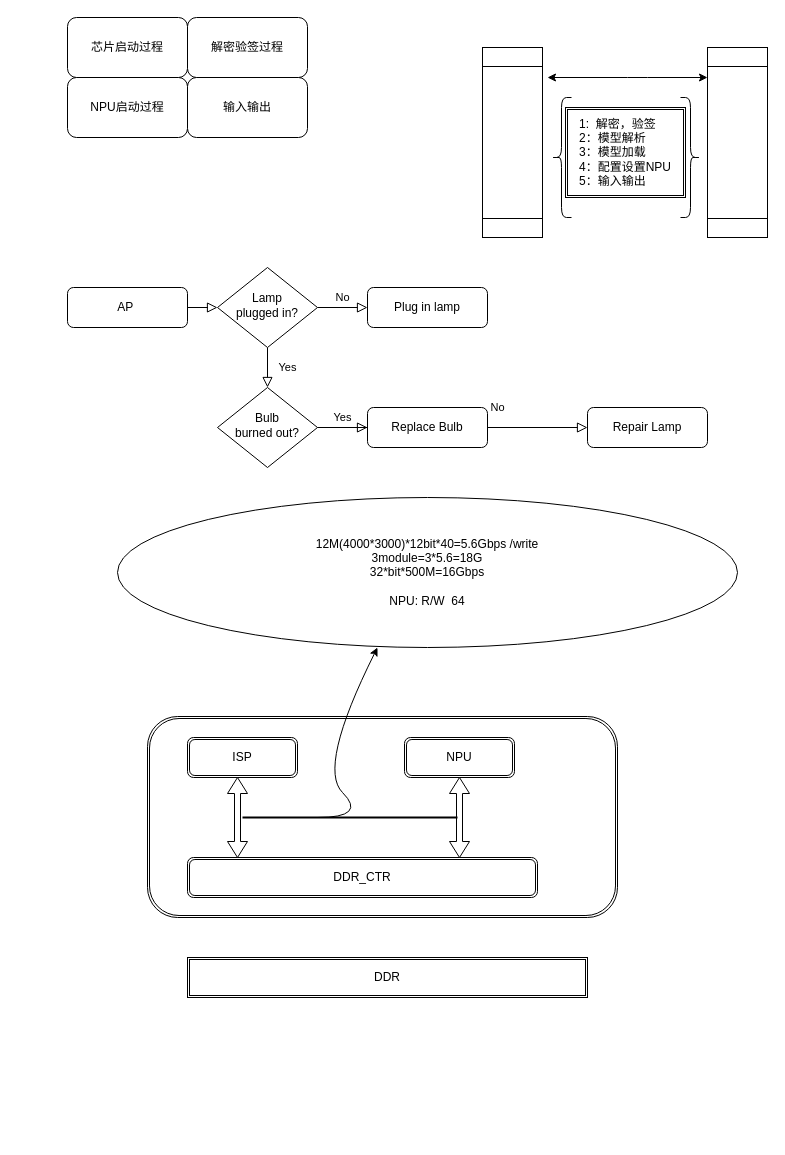
The draw.io diagram tool_graph_drawio/demo.drawio in paulluo/work_note, before the edit. Source tidied: cells renumbered, new cells numbered last; positions are measured from the earlier drawing's top-left corner, leaving out a move shared by most shapes. Both pictures are drawn from the tidied source at 100%, with x=0, y=0 at pixel (67, 17).
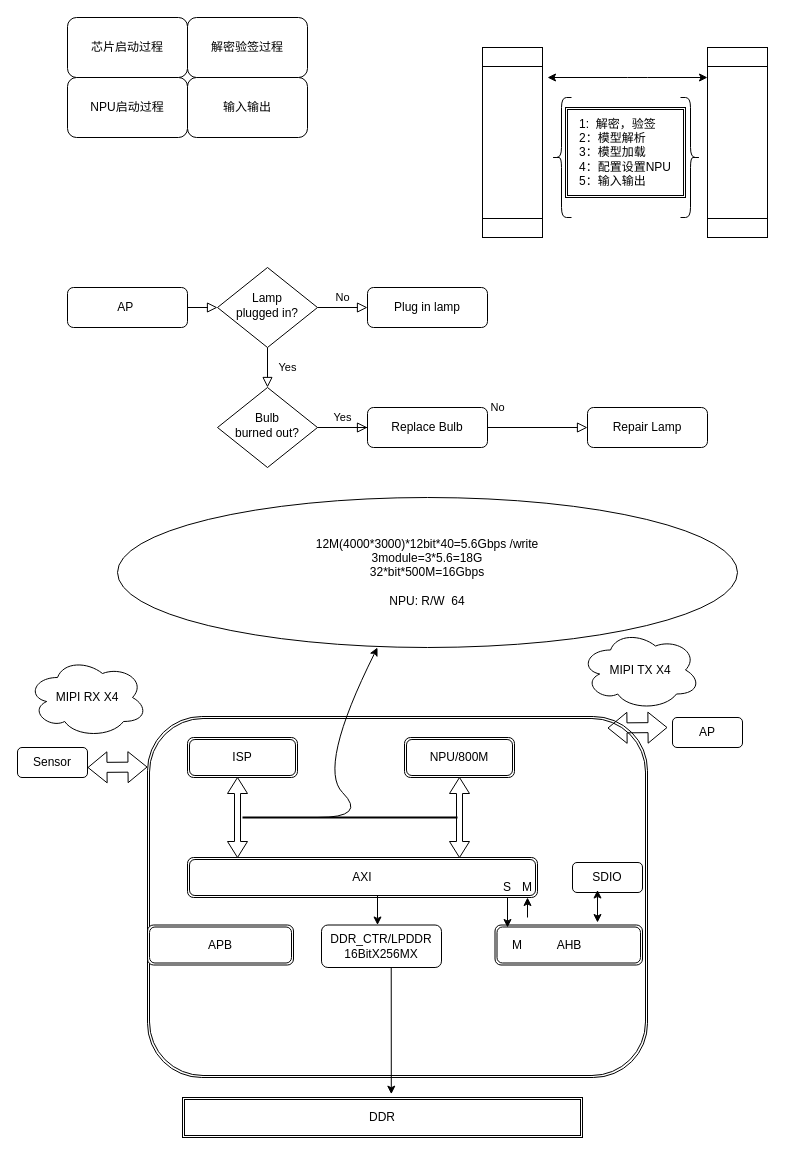
Above is the later version.

Change to the diagram source:
```diff
@@
     <mxCell id="13" style="shape=ext;double=1;rounded=1;whiteSpace=wrap;html=1;" parent="1" vertex="1">
-      <mxGeometry x="80" y="699" width="470" height="201" as="geometry" />
+      <mxGeometry x="80" y="699" width="500" height="361" as="geometry" />
     </mxCell>
@@
-    <mxCell id="15" value="NPU" style="shape=ext;double=1;rounded=1;whiteSpace=wrap;html=1;flipV=0;" parent="1" vertex="1">
+    <mxCell id="15" value="NPU/800M" style="shape=ext;double=1;rounded=1;whiteSpace=wrap;html=1;flipV=0;" parent="1" vertex="1">
       <mxGeometry x="337" y="720" width="110" height="40" as="geometry" />
     </mxCell>
-    <mxCell id="16" value="DDR_CTR" style="shape=ext;double=1;rounded=1;whiteSpace=wrap;html=1;" parent="1" vertex="1">
+    <mxCell id="16" value="AXI" style="shape=ext;double=1;rounded=1;whiteSpace=wrap;html=1;" parent="1" vertex="1">
       <mxGeometry x="120" y="840" width="350" height="40" as="geometry" />
     </mxCell>
@@
     <mxCell id="19" value="DDR" style="shape=ext;double=1;rounded=0;whiteSpace=wrap;html=1;" parent="1" vertex="1">
-      <mxGeometry x="120" y="940" width="400" height="40" as="geometry" />
+      <mxGeometry x="115" y="1080" width="400" height="40" as="geometry" />
     </mxCell>
@@
+    <mxCell id="33" value="Sensor" style="rounded=1;whiteSpace=wrap;html=1;" parent="1" vertex="1">
+      <mxGeometry x="-50" y="730" width="70" height="30" as="geometry" />
+    </mxCell>
+    <mxCell id="34" style="shape=flexArrow;endArrow=classic;startArrow=classic;html=1;" parent="1" edge="1">
+      <mxGeometry relative="1" as="geometry">
+        <mxPoint x="20" y="750" as="sourcePoint" />
+        <mxPoint x="80" y="749.5" as="targetPoint" />
+      </mxGeometry>
+    </mxCell>
+    <mxCell id="35" value="MIPI RX X4" style="ellipse;shape=cloud;whiteSpace=wrap;html=1;" parent="1" vertex="1">
+      <mxGeometry x="-40" y="640" width="120" height="80" as="geometry" />
+    </mxCell>
+    <mxCell id="36" value="AP" style="rounded=1;whiteSpace=wrap;html=1;" parent="1" vertex="1">
+      <mxGeometry x="605" y="700" width="70" height="30" as="geometry" />
+    </mxCell>
+    <mxCell id="37" style="shape=flexArrow;endArrow=classic;startArrow=classic;html=1;" parent="1" edge="1">
+      <mxGeometry relative="1" as="geometry">
+        <mxPoint x="540" y="710.5" as="sourcePoint" />
+        <mxPoint x="600" y="710" as="targetPoint" />
+      </mxGeometry>
+    </mxCell>
+    <mxCell id="38" value="MIPI TX X4" style="ellipse;shape=cloud;whiteSpace=wrap;html=1;" parent="1" vertex="1">
+      <mxGeometry x="513" y="612.5" width="120" height="80" as="geometry" />
+    </mxCell>
+    <mxCell id="39" value="AHB" style="shape=ext;double=1;rounded=1;whiteSpace=wrap;html=1;" parent="1" vertex="1">
+      <mxGeometry x="427.5" y="907.5" width="147.5" height="40" as="geometry" />
+    </mxCell>
+    <mxCell id="40" value="APB" style="shape=ext;double=1;rounded=1;whiteSpace=wrap;html=1;" parent="1" vertex="1">
+      <mxGeometry x="80" y="907.5" width="146" height="40" as="geometry" />
+    </mxCell>
+    <mxCell id="41" value="SDIO" style="rounded=1;whiteSpace=wrap;html=1;" parent="1" vertex="1">
+      <mxGeometry x="505" y="845" width="70" height="30" as="geometry" />
+    </mxCell>
+    <mxCell id="42" style="endArrow=classic;startArrow=classic;html=1;" parent="1" edge="1">
+      <mxGeometry relative="1" as="geometry">
+        <mxPoint x="530" y="905" as="sourcePoint" />
+        <mxPoint x="530" y="872.5" as="targetPoint" />
+      </mxGeometry>
+    </mxCell>
+    <mxCell id="43" style="endArrow=classic;html=1;" parent="1" edge="1">
+      <mxGeometry relative="1" as="geometry">
+        <mxPoint x="460" y="900" as="sourcePoint" />
+        <mxPoint x="460" y="880" as="targetPoint" />
+      </mxGeometry>
+    </mxCell>
+    <mxCell id="44" style="endArrow=classic;html=1;" parent="1" edge="1">
+      <mxGeometry relative="1" as="geometry">
+        <mxPoint x="440" y="880" as="sourcePoint" />
+        <mxPoint x="440" y="910" as="targetPoint" />
+      </mxGeometry>
+    </mxCell>
+    <mxCell id="45" value="S" style="text;html=1;strokeColor=none;fillColor=none;align=center;verticalAlign=middle;whiteSpace=wrap;rounded=1;" parent="1" vertex="1">
+      <mxGeometry x="420" y="860" width="40" height="20" as="geometry" />
+    </mxCell>
+    <mxCell id="46" value="M" style="text;html=1;strokeColor=none;fillColor=none;align=center;verticalAlign=middle;whiteSpace=wrap;rounded=1;" parent="1" vertex="1">
+      <mxGeometry x="440" y="860" width="40" height="20" as="geometry" />
+    </mxCell>
+    <mxCell id="47" value="M" style="text;html=1;strokeColor=none;fillColor=none;align=center;verticalAlign=middle;whiteSpace=wrap;rounded=1;" parent="1" vertex="1">
+      <mxGeometry x="430" y="917.5" width="40" height="20" as="geometry" />
+    </mxCell>
+    <mxCell id="48" style="endArrow=classic;html=1;entryX=0.522;entryY=-0.083;entryDx=0;entryDy=0;entryPerimeter=0;exitX=0.581;exitY=0.937;exitDx=0;exitDy=0;exitPerimeter=0;" parent="1" edge="1" source="49" target="19">
+      <mxGeometry relative="1" as="geometry" />
+    </mxCell>
+    <mxCell id="49" value="&lt;span&gt;DDR_CTR/LPDDR 16BitX256MX&lt;/span&gt;" style="rounded=1;whiteSpace=wrap;html=1;" parent="1" vertex="1">
+      <mxGeometry x="254" y="907.5" width="120" height="42.5" as="geometry" />
+    </mxCell>
+    <mxCell id="50" style="endArrow=classic;html=1;" parent="1" edge="1">
+      <mxGeometry relative="1" as="geometry">
+        <mxPoint x="310" y="877.5" as="sourcePoint" />
+        <mxPoint x="310" y="907.5" as="targetPoint" />
+      </mxGeometry>
+    </mxCell>
```
